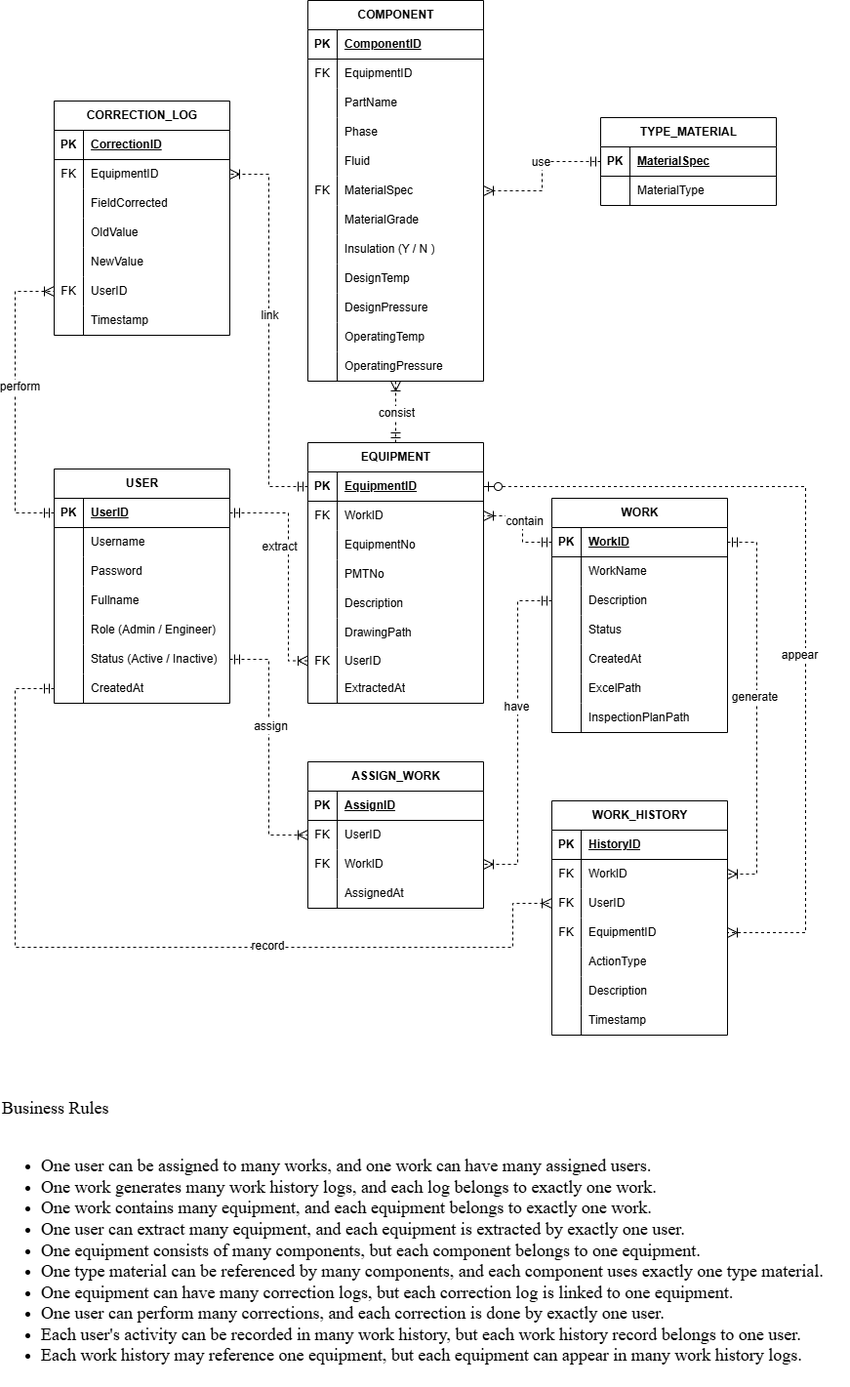
The draw.io diagram Documentation/DatabaseDesign/ERDAutoRbi.drawio.png in MuhdAminRahman/AutoRBI, before a commit. Source tidied: cells renumbered, new cells last; positions are measured from the earlier drawing's top-left corner, leaving out a move shared by most shapes.
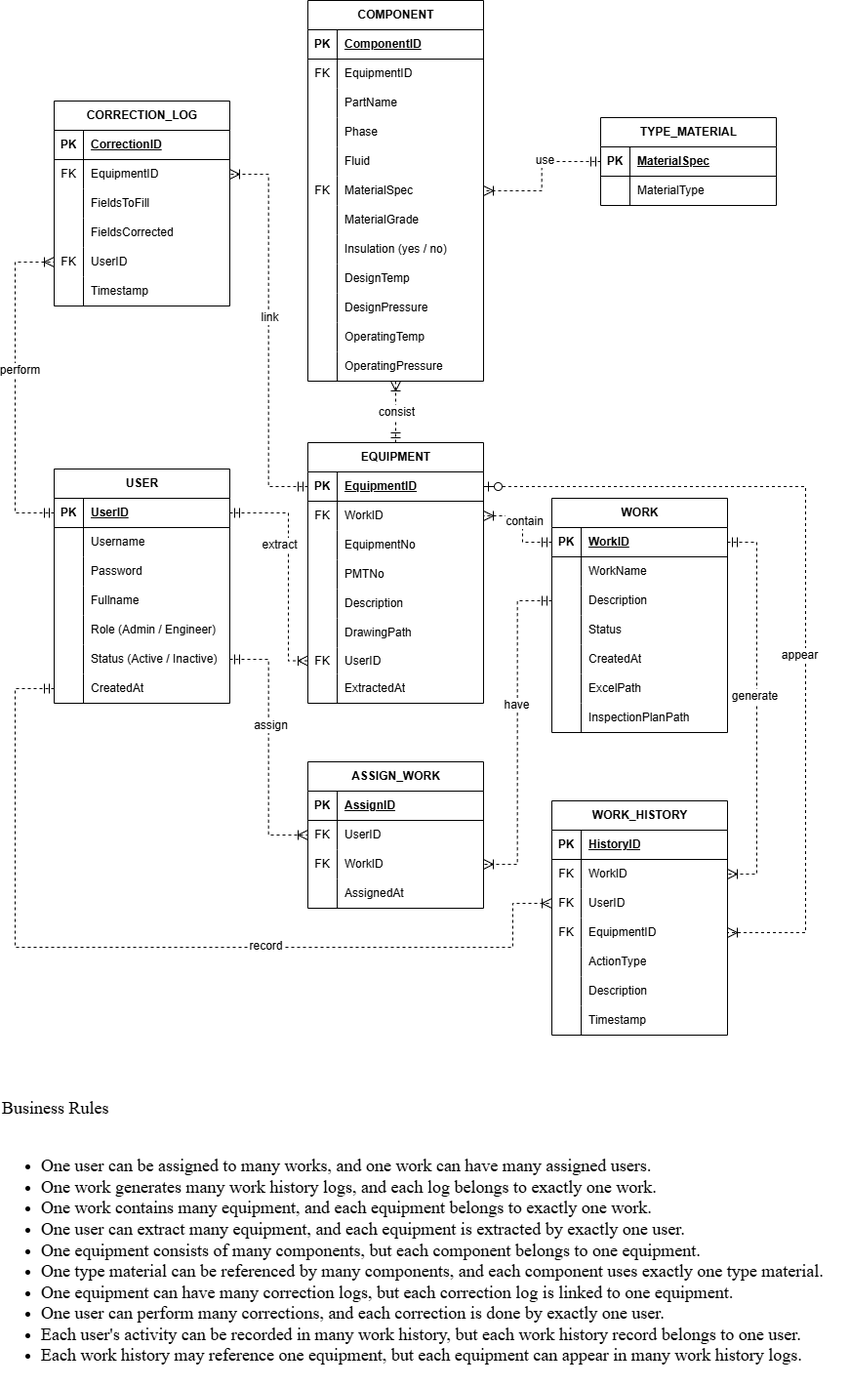
Above is the later version.

Diff of the diagram source:
```diff
@@ -215,7 +215,7 @@
     <mxCell id="72" style="shape=partialRectangle;fillColor=none;top=0;left=0;bottom=0;right=0;overflow=hidden;whiteSpace=wrap;html=1;" parent="71" vertex="1">
       <mxGeometry width="30" height="30" as="geometry" />
     </mxCell>
-    <mxCell id="73" value="Insulation (Y / N )" style="shape=partialRectangle;fillColor=none;top=0;left=0;bottom=0;right=0;align=left;spacingLeft=6;overflow=hidden;whiteSpace=wrap;html=1;" parent="71" vertex="1">
+    <mxCell id="73" value="Insulation (yes / no)" style="shape=partialRectangle;fillColor=none;top=0;left=0;bottom=0;right=0;align=left;spacingLeft=6;overflow=hidden;whiteSpace=wrap;html=1;" parent="71" vertex="1">
       <mxGeometry x="30" width="150" height="30" as="geometry" />
     </mxCell>
     <mxCell id="74" style="shape=tableRow;horizontal=0;startSize=0;swimlaneHead=0;swimlaneBody=0;fillColor=none;top=0;left=0;right=0;bottom=0;" parent="49" vertex="1">
@@ -345,7 +345,7 @@
       <mxGeometry x="30" width="150" height="30" as="geometry" />
     </mxCell>
     <mxCell id="116" value="CORRECTION_LOG" style="shape=table;startSize=30;rowLines=0;fontStyle=1;align=center;html=1;" parent="1" vertex="1">
-      <mxGeometry x="55" y="103" width="180" height="240" as="geometry" />
+      <mxGeometry x="55" y="103" width="180" height="210" as="geometry" />
     </mxCell>
     <mxCell id="117" style="shape=tableRow;horizontal=0;startSize=0;swimlaneHead=0;swimlaneBody=0;fillColor=none;top=0;left=0;right=0;bottom=1;" parent="116" vertex="1">
       <mxGeometry y="30" width="180" height="30" as="geometry" />
@@ -371,7 +371,7 @@
     <mxCell id="124" style="shape=partialRectangle;fillColor=none;top=0;left=0;bottom=0;right=0;overflow=hidden;whiteSpace=wrap;html=1;" parent="123" vertex="1">
       <mxGeometry width="30" height="30" as="geometry" />
     </mxCell>
-    <mxCell id="125" value="FieldCorrected" style="shape=partialRectangle;fillColor=none;top=0;left=0;bottom=0;right=0;align=left;spacingLeft=6;overflow=hidden;whiteSpace=wrap;html=1;" parent="123" vertex="1">
+    <mxCell id="125" value="FieldsToFill" style="shape=partialRectangle;fillColor=none;top=0;left=0;bottom=0;right=0;align=left;spacingLeft=6;overflow=hidden;whiteSpace=wrap;html=1;" parent="123" vertex="1">
       <mxGeometry x="30" width="150" height="30" as="geometry" />
     </mxCell>
     <mxCell id="126" style="shape=tableRow;horizontal=0;startSize=0;swimlaneHead=0;swimlaneBody=0;fillColor=none;top=0;left=0;right=0;bottom=0;" parent="116" vertex="1">
@@ -380,20 +380,11 @@
     <mxCell id="127" style="shape=partialRectangle;fillColor=none;top=0;left=0;bottom=0;right=0;overflow=hidden;whiteSpace=wrap;html=1;" parent="126" vertex="1">
       <mxGeometry width="30" height="30" as="geometry" />
     </mxCell>
-    <mxCell id="128" value="OldValue" style="shape=partialRectangle;fillColor=none;top=0;left=0;bottom=0;right=0;align=left;spacingLeft=6;overflow=hidden;whiteSpace=wrap;html=1;" parent="126" vertex="1">
+    <mxCell id="128" value="FieldsCorrected" style="shape=partialRectangle;fillColor=none;top=0;left=0;bottom=0;right=0;align=left;spacingLeft=6;overflow=hidden;whiteSpace=wrap;html=1;" parent="126" vertex="1">
       <mxGeometry x="30" width="150" height="30" as="geometry" />
     </mxCell>
-    <mxCell id="129" style="shape=tableRow;horizontal=0;startSize=0;swimlaneHead=0;swimlaneBody=0;fillColor=none;top=0;left=0;right=0;bottom=0;" parent="116" vertex="1">
-      <mxGeometry y="150" width="180" height="30" as="geometry" />
-    </mxCell>
-    <mxCell id="130" style="shape=partialRectangle;fillColor=none;top=0;left=0;bottom=0;right=0;overflow=hidden;whiteSpace=wrap;html=1;" parent="129" vertex="1">
-      <mxGeometry width="30" height="30" as="geometry" />
-    </mxCell>
-    <mxCell id="131" value="NewValue" style="shape=partialRectangle;fillColor=none;top=0;left=0;bottom=0;right=0;align=left;spacingLeft=6;overflow=hidden;whiteSpace=wrap;html=1;" parent="129" vertex="1">
-      <mxGeometry x="30" width="150" height="30" as="geometry" />
-    </mxCell>
     <mxCell id="132" style="shape=tableRow;horizontal=0;startSize=0;swimlaneHead=0;swimlaneBody=0;fillColor=none;points=[[0,0.5],[1,0.5]];portConstraint=eastwest;top=0;left=0;right=0;bottom=0;" parent="116" vertex="1">
-      <mxGeometry y="180" width="180" height="30" as="geometry" />
+      <mxGeometry y="150" width="180" height="30" as="geometry" />
     </mxCell>
     <mxCell id="133" value="FK" style="shape=partialRectangle;fillColor=none;top=0;left=0;bottom=0;right=0;overflow=hidden;whiteSpace=wrap;html=1;" parent="132" vertex="1">
       <mxGeometry width="30" height="30" as="geometry" />
@@ -402,7 +393,7 @@
       <mxGeometry x="30" width="150" height="30" as="geometry" />
     </mxCell>
     <mxCell id="135" style="shape=tableRow;horizontal=0;startSize=0;swimlaneHead=0;swimlaneBody=0;fillColor=none;top=0;left=0;right=0;bottom=0;" parent="116" vertex="1">
-      <mxGeometry y="210" width="180" height="30" as="geometry" />
+      <mxGeometry y="180" width="180" height="30" as="geometry" />
     </mxCell>
     <mxCell id="136" style="shape=partialRectangle;fillColor=none;top=0;left=0;bottom=0;right=0;overflow=hidden;whiteSpace=wrap;html=1;" parent="135" vertex="1">
       <mxGeometry width="30" height="30" as="geometry" />
```
